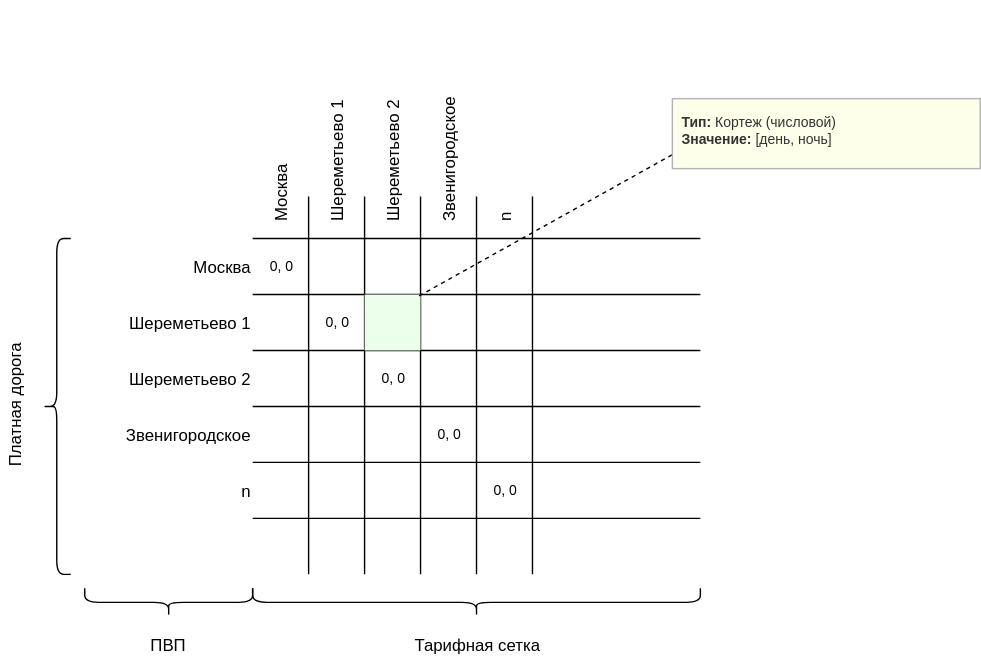
Above: roads.svg in ajile/draw-io (draw.io), before the change. Source tidied: cells renumbered, new cells last; positions are measured from the earlier drawing's top-left corner, leaving out a move shared by most shapes.
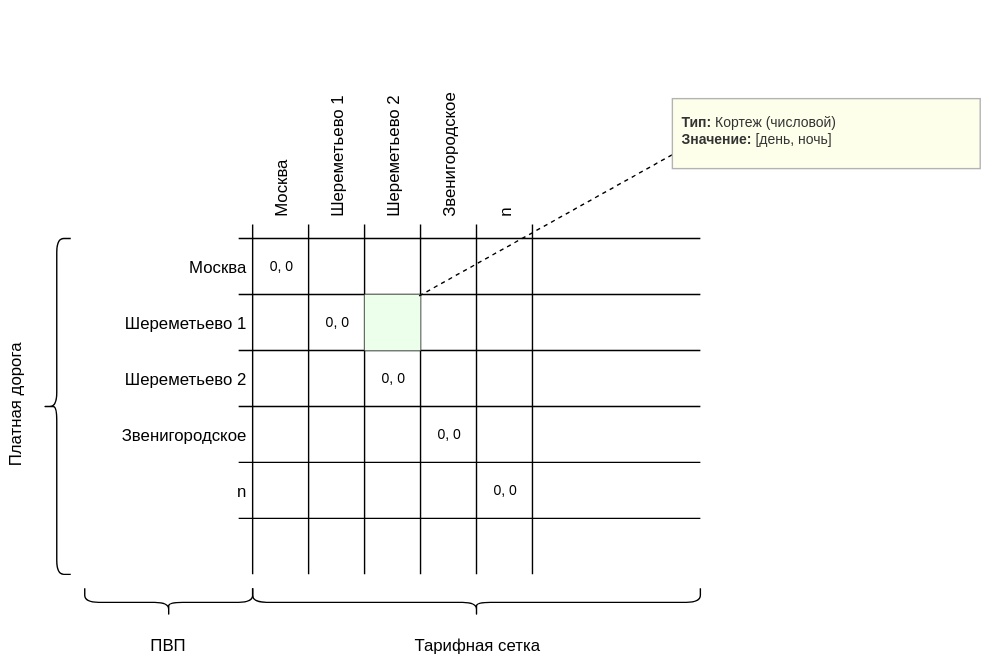
The same file after the commit.

The edit, as a diff of the source:
```diff
@@ -4,97 +4,97 @@
     <mxCell id="1" value="Untitled Layer" parent="0" />
     <mxCell id="2" style="endArrow=none;html=1;" parent="1" edge="1">
       <mxGeometry relative="1" as="geometry">
-        <mxPoint x="180" y="170" as="sourcePoint" />
+        <mxPoint x="170" y="170" as="sourcePoint" />
         <mxPoint x="500" y="170" as="targetPoint" />
       </mxGeometry>
     </mxCell>
-    <mxCell id="3" value="Москва" style="text;html=1;strokeColor=none;fillColor=none;align=right;verticalAlign=middle;whiteSpace=wrap;rounded=0;" parent="1" vertex="1">
+    <mxCell id="3" value="Москва" style="text;html=1;strokeColor=none;fillColor=none;align=right;verticalAlign=middle;whiteSpace=wrap;rounded=0;spacing=0;spacingRight=5;" parent="1" vertex="1">
       <mxGeometry x="20" y="180" width="160" height="20" as="geometry" />
     </mxCell>
-    <mxCell id="4" value="&lt;span&gt;Шереметьево 1&lt;/span&gt;" style="text;html=1;strokeColor=none;fillColor=none;align=right;verticalAlign=middle;whiteSpace=wrap;rounded=0;" parent="1" vertex="1">
+    <mxCell id="4" value="&lt;span&gt;Шереметьево 1&lt;/span&gt;" style="text;html=1;strokeColor=none;fillColor=none;align=right;verticalAlign=middle;whiteSpace=wrap;rounded=0;spacing=0;spacingRight=5;" parent="1" vertex="1">
       <mxGeometry x="20" y="220" width="160" height="20" as="geometry" />
     </mxCell>
-    <mxCell id="5" value="Шереметьево 2" style="text;html=1;strokeColor=none;fillColor=none;align=right;verticalAlign=middle;whiteSpace=wrap;rounded=0;" parent="1" vertex="1">
+    <mxCell id="5" value="Шереметьево 2" style="text;html=1;strokeColor=none;fillColor=none;align=right;verticalAlign=middle;whiteSpace=wrap;rounded=0;spacing=0;spacingRight=5;" parent="1" vertex="1">
       <mxGeometry x="20" y="260" width="160" height="20" as="geometry" />
     </mxCell>
-    <mxCell id="6" value="Звенигородское" style="text;html=1;strokeColor=none;fillColor=none;align=right;verticalAlign=middle;whiteSpace=wrap;rounded=0;" parent="1" vertex="1">
+    <mxCell id="6" value="Звенигородское" style="text;html=1;strokeColor=none;fillColor=none;align=right;verticalAlign=middle;whiteSpace=wrap;rounded=0;spacing=0;spacingRight=5;" parent="1" vertex="1">
       <mxGeometry x="20" y="300" width="160" height="20" as="geometry" />
     </mxCell>
-    <mxCell id="7" value="n&lt;br&gt;" style="text;html=1;strokeColor=none;fillColor=none;align=right;verticalAlign=middle;whiteSpace=wrap;rounded=0;" parent="1" vertex="1">
+    <mxCell id="7" value="n&lt;br&gt;" style="text;html=1;strokeColor=none;fillColor=none;align=right;verticalAlign=middle;whiteSpace=wrap;rounded=0;spacing=0;spacingRight=5;" parent="1" vertex="1">
       <mxGeometry x="20" y="340" width="160" height="20" as="geometry" />
     </mxCell>
-    <mxCell id="8" value="Москва" style="text;html=1;strokeColor=none;fillColor=none;align=left;verticalAlign=middle;whiteSpace=wrap;rounded=0;horizontal=0;direction=south;" parent="1" vertex="1">
+    <mxCell id="8" value="Москва" style="text;html=1;strokeColor=none;fillColor=none;align=left;verticalAlign=middle;whiteSpace=wrap;rounded=0;horizontal=0;direction=south;spacingLeft=5;spacing=0;" parent="1" vertex="1">
       <mxGeometry x="190" width="20" height="160" as="geometry" />
     </mxCell>
-    <mxCell id="9" value="Шереметьево 1" style="text;html=1;strokeColor=none;fillColor=none;align=left;verticalAlign=middle;whiteSpace=wrap;rounded=0;horizontal=0;direction=south;" parent="1" vertex="1">
+    <mxCell id="9" value="Шереметьево 1" style="text;html=1;strokeColor=none;fillColor=none;align=left;verticalAlign=middle;whiteSpace=wrap;rounded=0;horizontal=0;direction=south;spacingLeft=5;spacing=0;" parent="1" vertex="1">
       <mxGeometry x="230" width="20" height="160" as="geometry" />
     </mxCell>
-    <mxCell id="10" value="Шереметьево 2" style="text;html=1;strokeColor=none;fillColor=none;align=left;verticalAlign=middle;whiteSpace=wrap;rounded=0;horizontal=0;direction=south;" parent="1" vertex="1">
+    <mxCell id="10" value="Шереметьево 2" style="text;html=1;strokeColor=none;fillColor=none;align=left;verticalAlign=middle;whiteSpace=wrap;rounded=0;horizontal=0;direction=south;spacingLeft=5;spacing=0;" parent="1" vertex="1">
       <mxGeometry x="270" width="20" height="160" as="geometry" />
     </mxCell>
-    <mxCell id="11" value="Звенигородское" style="text;html=1;strokeColor=none;fillColor=none;align=left;verticalAlign=middle;whiteSpace=wrap;rounded=0;horizontal=0;direction=south;" parent="1" vertex="1">
+    <mxCell id="11" value="Звенигородское" style="text;html=1;strokeColor=none;fillColor=none;align=left;verticalAlign=middle;whiteSpace=wrap;rounded=0;horizontal=0;direction=south;spacingLeft=5;spacing=0;" parent="1" vertex="1">
       <mxGeometry x="310" width="20" height="160" as="geometry" />
     </mxCell>
-    <mxCell id="12" value="n" style="text;html=1;strokeColor=none;fillColor=none;align=left;verticalAlign=middle;whiteSpace=wrap;rounded=0;horizontal=0;direction=south;" parent="1" vertex="1">
+    <mxCell id="12" value="n" style="text;html=1;strokeColor=none;fillColor=none;align=left;verticalAlign=middle;whiteSpace=wrap;rounded=0;horizontal=0;direction=south;spacingLeft=5;spacing=0;" parent="1" vertex="1">
       <mxGeometry x="350" width="20" height="160" as="geometry" />
     </mxCell>
     <mxCell id="13" style="endArrow=none;html=1;" parent="1" edge="1">
       <mxGeometry relative="1" as="geometry">
-        <mxPoint x="180" y="210" as="sourcePoint" />
+        <mxPoint x="170" y="210" as="sourcePoint" />
         <mxPoint x="500" y="210" as="targetPoint" />
       </mxGeometry>
     </mxCell>
     <mxCell id="14" style="endArrow=none;html=1;" parent="1" edge="1">
       <mxGeometry relative="1" as="geometry">
-        <mxPoint x="180" y="250" as="sourcePoint" />
+        <mxPoint x="170" y="250" as="sourcePoint" />
         <mxPoint x="500" y="250" as="targetPoint" />
       </mxGeometry>
     </mxCell>
     <mxCell id="15" style="endArrow=none;html=1;" parent="1" edge="1">
       <mxGeometry relative="1" as="geometry">
-        <mxPoint x="180" y="290" as="sourcePoint" />
+        <mxPoint x="170" y="290" as="sourcePoint" />
         <mxPoint x="500" y="290" as="targetPoint" />
       </mxGeometry>
     </mxCell>
     <mxCell id="16" style="endArrow=none;html=1;" parent="1" edge="1">
       <mxGeometry relative="1" as="geometry">
-        <mxPoint x="180" y="330" as="sourcePoint" />
+        <mxPoint x="170" y="330" as="sourcePoint" />
         <mxPoint x="500" y="330" as="targetPoint" />
       </mxGeometry>
     </mxCell>
     <mxCell id="17" style="endArrow=none;html=1;" parent="1" edge="1">
       <mxGeometry relative="1" as="geometry">
         <mxPoint x="220" y="410" as="sourcePoint" />
-        <mxPoint x="220" y="140" as="targetPoint" />
+        <mxPoint x="220" y="160" as="targetPoint" />
       </mxGeometry>
     </mxCell>
     <mxCell id="18" style="endArrow=none;html=1;" parent="1" edge="1">
       <mxGeometry relative="1" as="geometry">
         <mxPoint x="260" y="410" as="sourcePoint" />
-        <mxPoint x="260" y="140" as="targetPoint" />
+        <mxPoint x="260" y="160" as="targetPoint" />
       </mxGeometry>
     </mxCell>
     <mxCell id="19" style="endArrow=none;html=1;" parent="1" edge="1">
       <mxGeometry relative="1" as="geometry">
         <mxPoint x="300" y="410" as="sourcePoint" />
-        <mxPoint x="300" y="140" as="targetPoint" />
+        <mxPoint x="300" y="160" as="targetPoint" />
       </mxGeometry>
     </mxCell>
     <mxCell id="20" style="endArrow=none;html=1;" parent="1" edge="1">
       <mxGeometry relative="1" as="geometry">
         <mxPoint x="340" y="410" as="sourcePoint" />
-        <mxPoint x="340" y="140" as="targetPoint" />
+        <mxPoint x="340" y="160" as="targetPoint" />
       </mxGeometry>
     </mxCell>
     <mxCell id="21" style="endArrow=none;html=1;" parent="1" edge="1">
       <mxGeometry relative="1" as="geometry">
         <mxPoint x="380" y="410" as="sourcePoint" />
-        <mxPoint x="380" y="140" as="targetPoint" />
+        <mxPoint x="380" y="160" as="targetPoint" />
       </mxGeometry>
     </mxCell>
     <mxCell id="22" style="endArrow=none;html=1;" parent="1" edge="1">
       <mxGeometry relative="1" as="geometry">
-        <mxPoint x="180" y="370" as="sourcePoint" />
+        <mxPoint x="170" y="370" as="sourcePoint" />
         <mxPoint x="500" y="370" as="targetPoint" />
       </mxGeometry>
     </mxCell>
@@ -142,5 +142,11 @@
     <mxCell id="36" value="&lt;b&gt;Тип:&lt;/b&gt; Кортеж (числовой)&lt;br&gt;&lt;b&gt;Значение:&lt;/b&gt; [день, ночь]&lt;br&gt;" style="text;html=1;strokeColor=#B3B3B3;fillColor=#FEFFEB;align=left;verticalAlign=top;whiteSpace=wrap;rounded=0;fontSize=10;spacing=6;fontColor=#333333;" parent="1" vertex="1">
       <mxGeometry x="480" y="70" width="220" height="50" as="geometry" />
     </mxCell>
+    <mxCell id="37" style="endArrow=none;html=1;" parent="1" edge="1">
+      <mxGeometry relative="1" as="geometry">
+        <mxPoint x="180" y="410" as="sourcePoint" />
+        <mxPoint x="180" y="160" as="targetPoint" />
+      </mxGeometry>
+    </mxCell>
   </root>
 </mxGraphModel>
```
